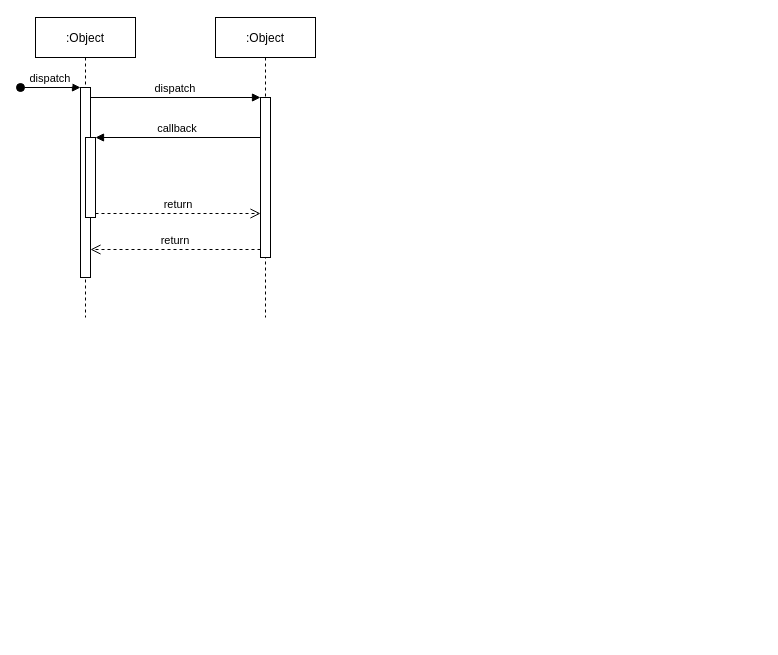
The draw.io diagram Untitled Diagram.drawio in therealdandong/trie, before the edit. Source tidied: cells renumbered, new cells numbered last; positions are measured from the earlier drawing's top-left corner, leaving out a move shared by most shapes. Both pictures are drawn from the tidied source at 100%, with x=0, y=0 at pixel (20, 17).
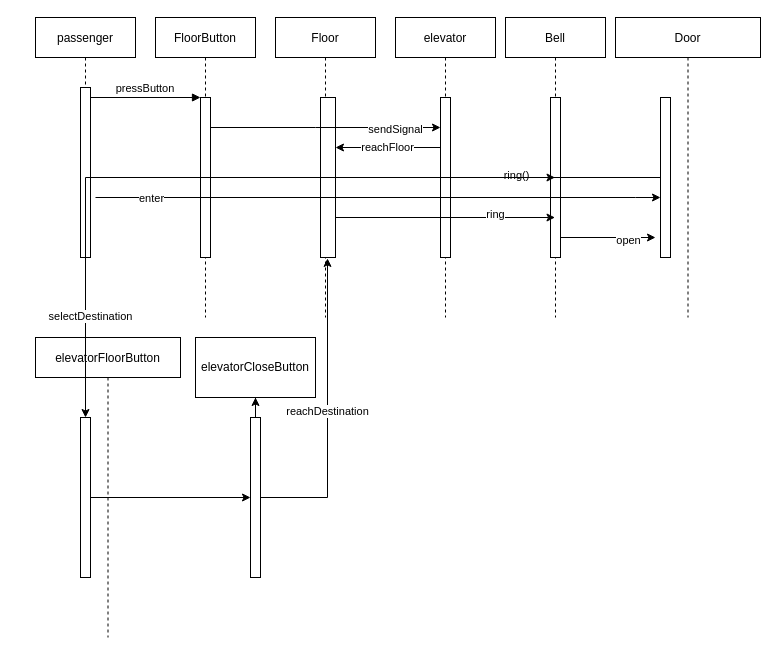
The same page after the edit.

The change refers to these unchanged cells:
```xml
<mxCell id="7" style="points=[];perimeter=orthogonalPerimeter;rounded=0;shadow=0;strokeWidth=1;" parent="6" vertex="1">
  <mxGeometry x="45" y="80" width="10" height="160" as="geometry" />
</mxCell>
```

What changed in the source:
```diff
@@
-    <mxCell id="2" value=":Object" style="shape=umlLifeline;perimeter=lifelinePerimeter;rounded=0;shadow=0;strokeWidth=1;" parent="1" vertex="1">
+    <mxCell id="2" value="passenger" style="shape=umlLifeline;perimeter=lifelinePerimeter;rounded=0;shadow=0;strokeWidth=1;" parent="1" vertex="1">
       <mxGeometry x="15" width="100" height="300" as="geometry" />
     </mxCell>
     <mxCell id="3" style="points=[];perimeter=orthogonalPerimeter;rounded=0;shadow=0;strokeWidth=1;" parent="2" vertex="1">
-      <mxGeometry x="45" y="70" width="10" height="190" as="geometry" />
+      <mxGeometry x="45" y="70" width="10" height="170" as="geometry" />
     </mxCell>
-    <mxCell id="4" value="dispatch" style="verticalAlign=bottom;startArrow=oval;endArrow=block;startSize=8;shadow=0;strokeWidth=1;" parent="2" edge="1" target="3">
-      <mxGeometry relative="1" as="geometry">
-        <mxPoint x="-15" y="70" as="sourcePoint" />
-      </mxGeometry>
-    </mxCell>
-    <mxCell id="5" style="points=[];perimeter=orthogonalPerimeter;rounded=0;shadow=0;strokeWidth=1;" parent="2" vertex="1">
-      <mxGeometry x="50" y="120" width="10" height="80" as="geometry" />
-    </mxCell>
-    <mxCell id="6" value=":Object" style="shape=umlLifeline;perimeter=lifelinePerimeter;rounded=0;shadow=0;strokeWidth=1;" parent="1" vertex="1">
-      <mxGeometry x="195" width="100" height="300" as="geometry" />
+    <mxCell id="6" value="FloorButton" style="shape=umlLifeline;perimeter=lifelinePerimeter;rounded=0;shadow=0;strokeWidth=1;" parent="1" vertex="1">
+      <mxGeometry x="135" width="100" height="300" as="geometry" />
     </mxCell>
@@
-    <mxCell id="8" value="return" style="verticalAlign=bottom;endArrow=open;dashed=1;endSize=8;exitX=0;exitY=0.95;shadow=0;strokeWidth=1;" parent="1" edge="1" source="7" target="3">
-      <mxGeometry relative="1" as="geometry" />
-    </mxCell>
-    <mxCell id="9" value="dispatch" style="verticalAlign=bottom;endArrow=block;entryX=0;entryY=0;shadow=0;strokeWidth=1;" parent="1" edge="1" source="3" target="7">
+    <mxCell id="9" value="pressButton" style="verticalAlign=bottom;endArrow=block;entryX=0;entryY=0;shadow=0;strokeWidth=1;" parent="1" edge="1" source="3" target="7">
       <mxGeometry relative="1" as="geometry" />
     </mxCell>
-    <mxCell id="10" value="callback" style="verticalAlign=bottom;endArrow=block;entryX=1;entryY=0;shadow=0;strokeWidth=1;" parent="1" edge="1" source="7" target="5">
-      <mxGeometry relative="1" as="geometry" />
-    </mxCell>
-    <mxCell id="11" value="return" style="verticalAlign=bottom;endArrow=open;dashed=1;endSize=8;exitX=1;exitY=0.95;shadow=0;strokeWidth=1;" parent="1" edge="1" source="5" target="7">
-      <mxGeometry relative="1" as="geometry" />
-    </mxCell>
+    <mxCell id="12" value="Floor" style="shape=umlLifeline;perimeter=lifelinePerimeter;rounded=0;shadow=0;strokeWidth=1;" parent="1" vertex="1">
+      <mxGeometry x="255" width="100" height="300" as="geometry" />
+    </mxCell>
+    <mxCell id="13" style="points=[];perimeter=orthogonalPerimeter;rounded=0;shadow=0;strokeWidth=1;" parent="12" vertex="1">
+      <mxGeometry x="45" y="80" width="15" height="160" as="geometry" />
+    </mxCell>
+    <mxCell id="14" value="elevator" style="shape=umlLifeline;perimeter=lifelinePerimeter;rounded=0;shadow=0;strokeWidth=1;" parent="1" vertex="1">
+      <mxGeometry x="375" width="100" height="300" as="geometry" />
+    </mxCell>
+    <mxCell id="15" style="points=[];perimeter=orthogonalPerimeter;rounded=0;shadow=0;strokeWidth=1;" parent="14" vertex="1">
+      <mxGeometry x="45" y="80" width="10" height="160" as="geometry" />
+    </mxCell>
+    <mxCell id="16" style="edgeStyle=orthogonalEdgeStyle;rounded=0;jettySize=auto;html=1;" parent="1" edge="1" source="7" target="15">
+      <mxGeometry relative="1" as="geometry">
+        <Array as="points">
+          <mxPoint x="295" y="110" />
+          <mxPoint x="295" y="110" />
+        </Array>
+      </mxGeometry>
+    </mxCell>
+    <mxCell id="17" value="sendSignal" style="edgeLabel;html=1;align=center;verticalAlign=middle;" parent="16" vertex="1">
+      <mxGeometry x="0.6" y="-1" relative="1" as="geometry" />
+    </mxCell>
+    <mxCell id="18" value="reachFloor" style="edgeStyle=orthogonalEdgeStyle;rounded=0;jettySize=auto;html=1;" parent="1" edge="1" source="15" target="13">
+      <mxGeometry relative="1" as="geometry">
+        <Array as="points">
+          <mxPoint x="375" y="130" />
+          <mxPoint x="375" y="130" />
+        </Array>
+      </mxGeometry>
+    </mxCell>
+    <mxCell id="19" value="Bell" style="shape=umlLifeline;perimeter=lifelinePerimeter;rounded=0;shadow=0;strokeWidth=1;" parent="1" vertex="1">
+      <mxGeometry x="485" width="100" height="300" as="geometry" />
+    </mxCell>
+    <mxCell id="20" style="perimeter=orthogonalPerimeter;rounded=0;shadow=0;strokeWidth=1;" parent="19" vertex="1">
+      <mxGeometry x="45" y="80" width="10" height="160" as="geometry" />
+    </mxCell>
+    <mxCell id="21" style="edgeStyle=orthogonalEdgeStyle;rounded=0;jettySize=auto;html=1;" parent="1" edge="1" source="13" target="19">
+      <mxGeometry relative="1" as="geometry">
+        <Array as="points">
+          <mxPoint x="485" y="160" />
+          <mxPoint x="485" y="160" />
+        </Array>
+      </mxGeometry>
+    </mxCell>
+    <mxCell id="22" value="ring()" style="edgeLabel;html=1;align=center;verticalAlign=middle;" parent="21" vertex="1">
+      <mxGeometry x="0.64" y="3" relative="1" as="geometry" />
+    </mxCell>
+    <mxCell id="23" value="Door" style="shape=umlLifeline;perimeter=lifelinePerimeter;rounded=0;shadow=0;strokeWidth=1;" parent="1" vertex="1">
+      <mxGeometry x="595" width="145" height="300" as="geometry" />
+    </mxCell>
+    <mxCell id="24" style="points=[];perimeter=orthogonalPerimeter;rounded=0;shadow=0;strokeWidth=1;" parent="23" vertex="1">
+      <mxGeometry x="45" y="80" width="10" height="160" as="geometry" />
+    </mxCell>
+    <mxCell id="25" style="endArrow=classic;html=1;rounded=0;" parent="23" edge="1">
+      <mxGeometry relative="1" as="geometry">
+        <mxPoint x="-55" y="220" as="sourcePoint" />
+        <mxPoint x="40" y="220" as="targetPoint" />
+      </mxGeometry>
+    </mxCell>
+    <mxCell id="26" value="open" style="edgeLabel;html=1;align=center;verticalAlign=middle;" parent="25" vertex="1">
+      <mxGeometry x="0.41" y="-2" relative="1" as="geometry" />
+    </mxCell>
+    <mxCell id="27" style="edgeStyle=orthogonalEdgeStyle;rounded=0;jettySize=auto;html=1;" parent="1" edge="1" target="24">
+      <mxGeometry relative="1" as="geometry">
+        <mxPoint x="75" y="180" as="sourcePoint" />
+        <Array as="points">
+          <mxPoint x="615" y="180" />
+          <mxPoint x="615" y="180" />
+        </Array>
+      </mxGeometry>
+    </mxCell>
+    <mxCell id="28" value="enter" style="edgeLabel;html=1;align=center;verticalAlign=middle;" parent="27" vertex="1">
+      <mxGeometry x="-0.81" relative="1" as="geometry">
+        <mxPoint x="1" as="offset" />
+      </mxGeometry>
+    </mxCell>
+    <mxCell id="29" value="elevatorFloorButton" style="shape=umlLifeline;perimeter=lifelinePerimeter;rounded=0;shadow=0;strokeWidth=1;" parent="1" vertex="1">
+      <mxGeometry x="15" y="320" width="145" height="300" as="geometry" />
+    </mxCell>
+    <mxCell id="30" style="points=[];perimeter=orthogonalPerimeter;rounded=0;shadow=0;strokeWidth=1;" parent="29" vertex="1">
+      <mxGeometry x="45" y="80" width="10" height="160" as="geometry" />
+    </mxCell>
+    <mxCell id="31" style="edgeStyle=orthogonalEdgeStyle;rounded=0;jettySize=auto;html=1;" parent="1" edge="1" source="24" target="30">
+      <mxGeometry relative="1" as="geometry">
+        <Array as="points">
+          <mxPoint x="65" y="160" />
+        </Array>
+      </mxGeometry>
+    </mxCell>
+    <mxCell id="32" value="selectDestination" style="edgeLabel;html=1;align=center;verticalAlign=middle;" parent="31" vertex="1">
+      <mxGeometry x="0.75" y="4" relative="1" as="geometry" />
+    </mxCell>
+    <mxCell id="33" style="edgeStyle=orthogonalEdgeStyle;rounded=0;jettySize=auto;html=1;" parent="1" edge="1" source="35" target="37">
+      <mxGeometry relative="1" as="geometry" />
+    </mxCell>
+    <mxCell id="34" value="reachDestination" style="edgeStyle=orthogonalEdgeStyle;rounded=0;jettySize=auto;html=1;entryX=0.52;entryY=0.803;entryDx=0;entryDy=0;entryPerimeter=0;" parent="1" edge="1" source="35" target="12">
+      <mxGeometry relative="1" as="geometry" />
+    </mxCell>
+    <mxCell id="35" style="points=[];perimeter=orthogonalPerimeter;rounded=0;shadow=0;strokeWidth=1;" parent="1" vertex="1">
+      <mxGeometry x="230" y="400" width="10" height="160" as="geometry" />
+    </mxCell>
+    <mxCell id="36" style="edgeStyle=orthogonalEdgeStyle;rounded=0;jettySize=auto;html=1;" parent="1" edge="1" source="30" target="35">
+      <mxGeometry relative="1" as="geometry" />
+    </mxCell>
+    <mxCell id="37" value="elevatorCloseButton" style="whiteSpace=wrap;html=1;rounded=0;shadow=0;strokeWidth=1;" parent="1" vertex="1">
+      <mxGeometry x="175" y="320" width="120" height="60" as="geometry" />
+    </mxCell>
+    <mxCell id="38" style="endArrow=classic;html=1;rounded=0;" parent="1" edge="1" target="19">
+      <mxGeometry relative="1" as="geometry">
+        <mxPoint x="315" y="200" as="sourcePoint" />
+      </mxGeometry>
+    </mxCell>
+    <mxCell id="39" value="ring" style="edgeLabel;html=1;align=center;verticalAlign=middle;" parent="38" vertex="1">
+      <mxGeometry x="0.45" y="4" relative="1" as="geometry" />
+    </mxCell>
```
